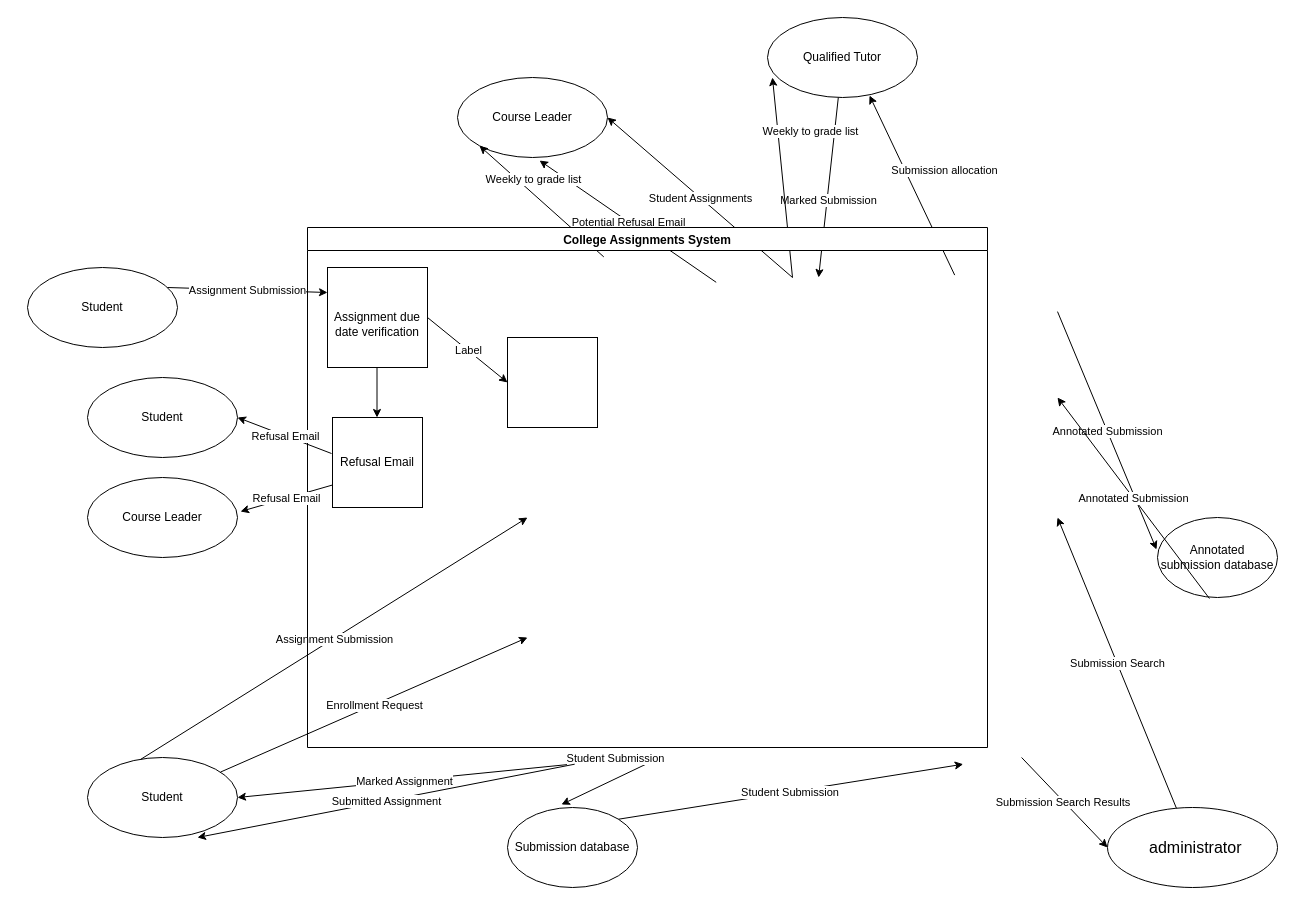
The draw.io diagram page "Level 1" (2 of 2) of Unit2Question2.drawio in logankilpatrick/OxfordUnit2, before the edit. Source tidied: cells renumbered, new cells numbered last; positions are measured from the earlier drawing's top-left corner, leaving out a move shared by most shapes. Both pictures are drawn from the tidied source at 100%, with x=0, y=0 at pixel (27, 17).
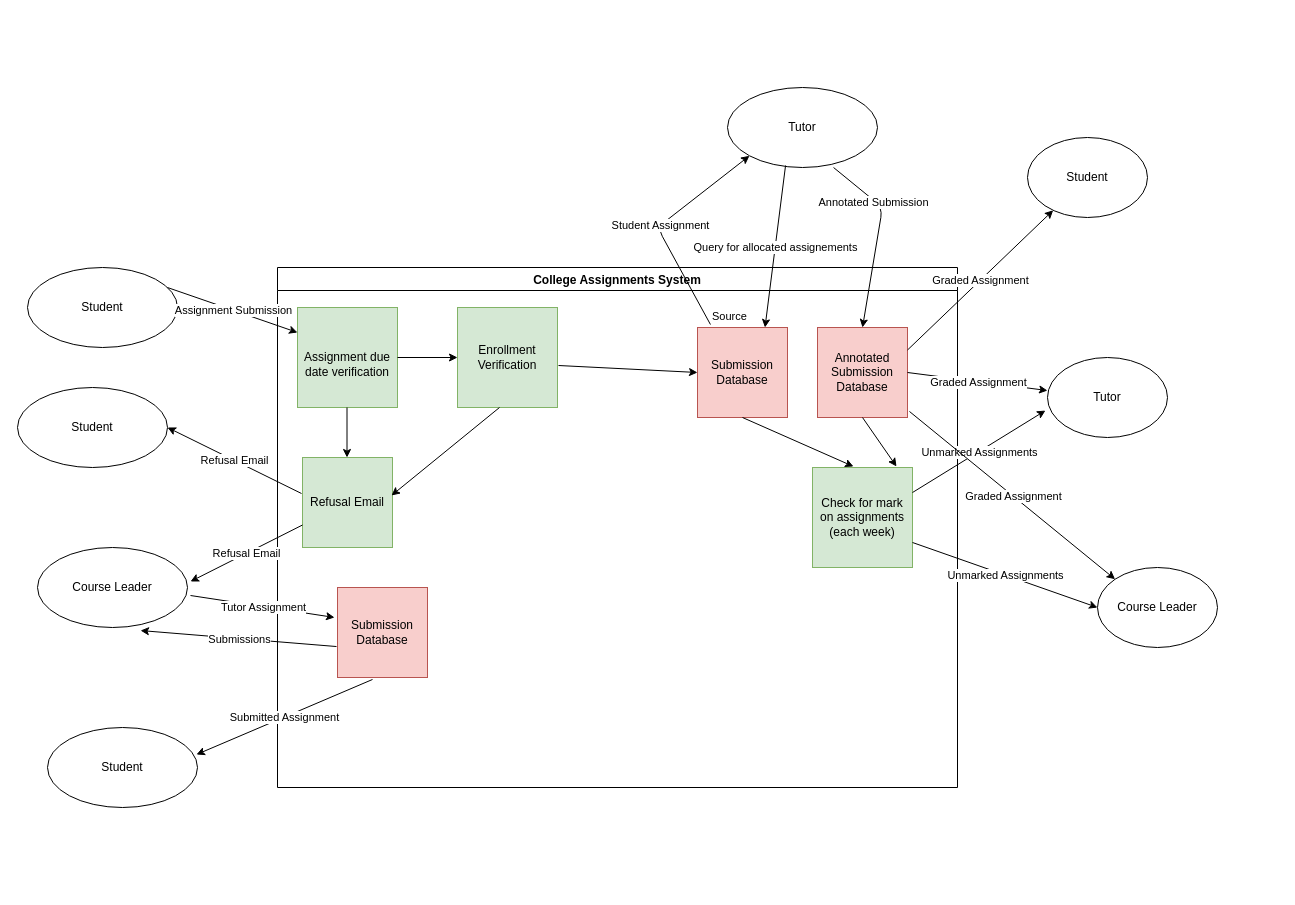
Above is the later version.

Diff of the diagram source:
```diff
@@
     <mxCell id="2" value="Student" style="ellipse;whiteSpace=wrap;html=1;" parent="1" vertex="1">
-      <mxGeometry x="60" y="740" width="150" height="80" as="geometry" />
+      <mxGeometry x="20" y="710" width="150" height="80" as="geometry" />
     </mxCell>
-    <mxCell id="3" style="endArrow=classic;html=1;entryX=0;entryY=0.75;entryDx=0;entryDy=0;" parent="1" edge="1" source="2">
-      <mxGeometry relative="1" as="geometry">
-        <mxPoint x="500" y="620" as="targetPoint" />
-      </mxGeometry>
-    </mxCell>
-    <mxCell id="4" value="Enrollment Request" style="edgeLabel;html=1;align=center;verticalAlign=middle;" parent="3" vertex="1">
-      <mxGeometry relative="1" as="geometry" />
-    </mxCell>
-    <mxCell id="5" style="endArrow=classic;html=1;exitX=0.353;exitY=0.025;exitDx=0;exitDy=0;exitPerimeter=0;entryX=0;entryY=0.5;entryDx=0;entryDy=0;" parent="1" edge="1" source="2">
-      <mxGeometry relative="1" as="geometry">
-        <mxPoint x="500" y="500" as="targetPoint" />
-      </mxGeometry>
-    </mxCell>
-    <mxCell id="6" value="Assignment Submission" style="edgeLabel;html=1;align=center;verticalAlign=middle;" parent="5" vertex="1">
-      <mxGeometry relative="1" as="geometry" />
-    </mxCell>
@@
-    <mxCell id="8" value="Course Leader" style="ellipse;whiteSpace=wrap;html=1;" parent="1" vertex="1">
-      <mxGeometry x="430" y="60" width="150" height="80" as="geometry" />
-    </mxCell>
-    <mxCell id="9" style="endArrow=classic;html=1;exitX=0.356;exitY=0.01;exitDx=0;exitDy=0;exitPerimeter=0;entryX=0.547;entryY=1.038;entryDx=0;entryDy=0;entryPerimeter=0;" parent="1" edge="1" target="8">
-      <mxGeometry relative="1" as="geometry">
-        <mxPoint x="688.7" y="264.8" as="sourcePoint" />
-      </mxGeometry>
-    </mxCell>
-    <mxCell id="10" value="Potential Refusal Email" style="edgeLabel;html=1;align=center;verticalAlign=middle;" parent="9" vertex="1">
-      <mxGeometry relative="1" as="geometry" />
-    </mxCell>
-    <mxCell id="11" value="Qualified Tutor" style="ellipse;whiteSpace=wrap;html=1;" parent="1" vertex="1">
-      <mxGeometry x="740" width="150" height="80" as="geometry" />
+    <mxCell id="11" value="Tutor" style="ellipse;whiteSpace=wrap;html=1;" parent="1" vertex="1">
+      <mxGeometry x="700" y="70" width="150" height="80" as="geometry" />
     </mxCell>
-    <mxCell id="12" value="&lt;div class=&quot;page&quot; title=&quot;Page 4&quot;&gt;&lt;div class=&quot;layoutArea&quot;&gt;&lt;div class=&quot;column&quot;&gt;&lt;ul style=&quot;list-style-type: none&quot;&gt;&lt;li&gt;&lt;p&gt;&lt;font face=&quot;arialmt&quot; size=&quot;3&quot;&gt;administrator&lt;/font&gt;&lt;/p&gt;&lt;/li&gt;&lt;/ul&gt;&lt;/div&gt;&lt;/div&gt;&lt;/div&gt;" style="ellipse;whiteSpace=wrap;html=1;align=left;" parent="1" vertex="1">
-      <mxGeometry x="1080" y="790" width="170" height="80" as="geometry" />
-    </mxCell>
-    <mxCell id="13" style="endArrow=classic;html=1;exitX=0.806;exitY=-0.005;exitDx=0;exitDy=0;exitPerimeter=0;entryX=0.68;entryY=0.975;entryDx=0;entryDy=0;entryPerimeter=0;" parent="1" edge="1" target="11">
-      <mxGeometry relative="1" as="geometry">
-        <mxPoint x="927.2" y="257.6" as="sourcePoint" />
-      </mxGeometry>
-    </mxCell>
-    <mxCell id="14" value="Submission allocation" style="edgeLabel;html=1;align=center;verticalAlign=middle;" parent="13" vertex="1">
-      <mxGeometry relative="1" as="geometry">
-        <mxPoint x="31.6" y="-15.2" as="offset" />
-      </mxGeometry>
-    </mxCell>
-    <mxCell id="15" style="endArrow=classic;html=1;verticalAlign=bottom;labelPosition=center;verticalLabelPosition=top;align=center;" parent="1" edge="1" source="11">
-      <mxGeometry relative="1" as="geometry">
-        <mxPoint x="791.1" y="260" as="targetPoint" />
-      </mxGeometry>
-    </mxCell>
-    <mxCell id="16" value="Marked Submission" style="edgeLabel;html=1;align=center;verticalAlign=top;labelPosition=center;verticalLabelPosition=bottom;" parent="15" vertex="1">
-      <mxGeometry relative="1" as="geometry" />
-    </mxCell>
-    <mxCell id="17" style="endArrow=classic;html=1;exitX=0.083;exitY=1.014;exitDx=0;exitDy=0;exitPerimeter=0;entryX=1;entryY=0.5;entryDx=0;entryDy=0;" parent="1" edge="1" target="2">
-      <mxGeometry relative="1" as="geometry">
-        <mxPoint x="544" y="746.7" as="sourcePoint" />
-      </mxGeometry>
-    </mxCell>
-    <mxCell id="18" value="Marked Assignment" style="edgeLabel;html=1;align=center;verticalAlign=middle;" parent="17" vertex="1">
-      <mxGeometry relative="1" as="geometry" />
-    </mxCell>
-    <mxCell id="19" style="endArrow=classic;html=1;entryX=0;entryY=0.5;entryDx=0;entryDy=0;" parent="1" edge="1" target="12">
-      <mxGeometry relative="1" as="geometry">
-        <mxPoint x="994.1" y="740" as="sourcePoint" />
-      </mxGeometry>
-    </mxCell>
-    <mxCell id="20" value="Submission Search Results&amp;nbsp;" style="edgeLabel;html=1;align=center;verticalAlign=middle;" parent="19" vertex="1">
-      <mxGeometry relative="1" as="geometry" />
-    </mxCell>
-    <mxCell id="21" style="endArrow=classic;html=1;entryX=1;entryY=0.5;entryDx=0;entryDy=0;" parent="1" edge="1" source="12">
-      <mxGeometry relative="1" as="geometry">
-        <mxPoint x="1030" y="500" as="targetPoint" />
-      </mxGeometry>
-    </mxCell>
-    <mxCell id="22" value="Submission Search" style="edgeLabel;html=1;align=center;verticalAlign=middle;" parent="21" vertex="1">
-      <mxGeometry relative="1" as="geometry" />
-    </mxCell>
-    <mxCell id="23" value="Submission database" style="ellipse;whiteSpace=wrap;html=1;" parent="1" vertex="1">
-      <mxGeometry x="480" y="790" width="130" height="80" as="geometry" />
-    </mxCell>
-    <mxCell id="24" style="endArrow=classic;html=1;exitX=1;exitY=0;exitDx=0;exitDy=0;entryX=0.822;entryY=1.014;entryDx=0;entryDy=0;entryPerimeter=0;" parent="1" edge="1" source="23">
-      <mxGeometry relative="1" as="geometry">
-        <mxPoint x="935.7" y="746.7" as="targetPoint" />
-      </mxGeometry>
-    </mxCell>
-    <mxCell id="25" value="Student Submission&amp;nbsp;" style="edgeLabel;html=1;align=center;verticalAlign=middle;" parent="24" vertex="1">
-      <mxGeometry relative="1" as="geometry" />
-    </mxCell>
-    <mxCell id="26" style="endArrow=classic;html=1;exitX=0.25;exitY=1;exitDx=0;exitDy=0;entryX=0.415;entryY=-0.037;entryDx=0;entryDy=0;entryPerimeter=0;" parent="1" edge="1" target="23">
-      <mxGeometry relative="1" as="geometry">
-        <mxPoint x="632.5" y="740" as="sourcePoint" />
-      </mxGeometry>
-    </mxCell>
-    <mxCell id="27" value="Student Submission" style="edgeLabel;html=1;align=center;verticalAlign=middle;" parent="26" vertex="1">
-      <mxGeometry relative="1" as="geometry">
-        <mxPoint x="4.5" y="-23.6" as="offset" />
-      </mxGeometry>
-    </mxCell>
-    <mxCell id="28" style="endArrow=classic;html=1;exitX=0.5;exitY=0;exitDx=0;exitDy=0;entryX=0.033;entryY=0.75;entryDx=0;entryDy=0;entryPerimeter=0;" parent="1" edge="1" target="11">
-      <mxGeometry relative="1" as="geometry">
-        <mxPoint x="765" y="260" as="sourcePoint" />
-      </mxGeometry>
-    </mxCell>
-    <mxCell id="29" value="Weekly to grade list" style="edgeLabel;html=1;align=center;verticalAlign=middle;" parent="28" vertex="1">
-      <mxGeometry relative="1" as="geometry">
-        <mxPoint x="27.7" y="-46.5" as="offset" />
-      </mxGeometry>
-    </mxCell>
-    <mxCell id="30" style="endArrow=classic;html=1;exitX=0.144;exitY=-0.043;exitDx=0;exitDy=0;entryX=0;entryY=1;entryDx=0;entryDy=0;exitPerimeter=0;" parent="1" edge="1" target="8">
-      <mxGeometry relative="1" as="geometry">
-        <mxPoint x="576.3" y="239.4" as="sourcePoint" />
-      </mxGeometry>
-    </mxCell>
-    <mxCell id="31" value="Weekly to grade list" style="edgeLabel;html=1;align=center;verticalAlign=middle;" parent="30" vertex="1">
-      <mxGeometry relative="1" as="geometry">
-        <mxPoint x="-8.8" y="-22.8" as="offset" />
-      </mxGeometry>
-    </mxCell>
-    <mxCell id="32" value="Annotated submission database" style="ellipse;whiteSpace=wrap;html=1;" parent="1" vertex="1">
-      <mxGeometry x="1130" y="500" width="120" height="80" as="geometry" />
-    </mxCell>
-    <mxCell id="33" style="endArrow=classic;html=1;exitX=1;exitY=0.071;exitDx=0;exitDy=0;exitPerimeter=0;entryX=-0.008;entryY=0.4;entryDx=0;entryDy=0;entryPerimeter=0;" parent="1" edge="1" target="32">
-      <mxGeometry relative="1" as="geometry">
-        <mxPoint x="1030" y="294.1" as="sourcePoint" />
-      </mxGeometry>
-    </mxCell>
-    <mxCell id="34" value="Annotated Submission" style="edgeLabel;html=1;align=center;verticalAlign=middle;" parent="33" vertex="1">
-      <mxGeometry relative="1" as="geometry" />
-    </mxCell>
-    <mxCell id="35" style="endArrow=classic;html=1;exitX=0.433;exitY=1.013;exitDx=0;exitDy=0;exitPerimeter=0;entryX=1;entryY=0.25;entryDx=0;entryDy=0;" parent="1" edge="1" source="32">
-      <mxGeometry relative="1" as="geometry">
-        <mxPoint x="1030" y="380" as="targetPoint" />
-      </mxGeometry>
-    </mxCell>
-    <mxCell id="36" value="Annotated Submission" style="edgeLabel;html=1;align=center;verticalAlign=middle;" parent="35" vertex="1">
-      <mxGeometry relative="1" as="geometry" />
-    </mxCell>
-    <mxCell id="37" style="endArrow=classic;html=1;exitX=0.5;exitY=0;exitDx=0;exitDy=0;entryX=1;entryY=0.5;entryDx=0;entryDy=0;" parent="1" edge="1" target="8">
-      <mxGeometry relative="1" as="geometry">
-        <mxPoint x="765" y="260" as="sourcePoint" />
-      </mxGeometry>
-    </mxCell>
-    <mxCell id="38" value="Student Assignments" style="edgeLabel;html=1;align=center;verticalAlign=middle;" parent="37" vertex="1">
-      <mxGeometry relative="1" as="geometry" />
-    </mxCell>
-    <mxCell id="39" style="endArrow=classic;html=1;exitX=0.089;exitY=1.014;exitDx=0;exitDy=0;exitPerimeter=0;entryX=0.733;entryY=1;entryDx=0;entryDy=0;entryPerimeter=0;" parent="1" edge="1" target="2">
-      <mxGeometry relative="1" as="geometry">
-        <mxPoint x="547.2" y="746.7" as="sourcePoint" />
-      </mxGeometry>
-    </mxCell>
-    <mxCell id="40" value="Submitted Assignment" style="edgeLabel;html=1;align=center;verticalAlign=middle;" parent="39" vertex="1">
-      <mxGeometry relative="1" as="geometry" />
-    </mxCell>
     <mxCell id="41" value="College Assignments System" style="swimlane;" parent="1" vertex="1">
-      <mxGeometry x="280" y="210" width="680" height="520" as="geometry" />
+      <mxGeometry x="250" y="250" width="680" height="520" as="geometry" />
     </mxCell>
-    <mxCell id="42" value="&lt;br&gt;Assignment due date verification" style="whiteSpace=wrap;html=1;" parent="41" vertex="1">
+    <mxCell id="42" value="&lt;br&gt;Assignment due date verification" style="whiteSpace=wrap;html=1;fillColor=#d5e8d4;strokeColor=#82b366;" parent="41" vertex="1">
       <mxGeometry x="20" y="40" width="100" height="100" as="geometry" />
     </mxCell>
-    <mxCell id="43" value="Refusal Email" style="whiteSpace=wrap;html=1;" parent="41" vertex="1">
+    <mxCell id="43" value="Refusal Email" style="whiteSpace=wrap;html=1;fillColor=#d5e8d4;strokeColor=#82b366;" parent="41" vertex="1">
       <mxGeometry x="25" y="190" width="90" height="90" as="geometry" />
     </mxCell>
@@
-    <mxCell id="45" style="whiteSpace=wrap;html=1;" parent="41" vertex="1">
-      <mxGeometry x="200" y="110" width="90" height="90" as="geometry" />
+    <mxCell id="45" value="Submission Database" style="whiteSpace=wrap;html=1;fillColor=#f8cecc;strokeColor=#b85450;" parent="41" vertex="1">
+      <mxGeometry x="420" y="60" width="90" height="90" as="geometry" />
     </mxCell>
-    <mxCell id="46" style="endArrow=classic;html=1;exitX=1;exitY=0.5;exitDx=0;exitDy=0;entryX=0;entryY=0.5;entryDx=0;entryDy=0;" parent="41" edge="1" source="42" target="45">
-      <mxGeometry relative="1" as="geometry" />
-    </mxCell>
-    <mxCell id="47" value="Label" style="edgeLabel;html=1;align=center;verticalAlign=middle;" parent="46" vertex="1">
-      <mxGeometry relative="1" as="geometry" />
-    </mxCell>
+    <mxCell id="56" value="Enrollment Verification" style="whiteSpace=wrap;html=1;fillColor=#d5e8d4;strokeColor=#82b366;" parent="41" vertex="1">
+      <mxGeometry x="180" y="40" width="100" height="100" as="geometry" />
+    </mxCell>
+    <mxCell id="57" style="endArrow=classic;html=1;exitX=1;exitY=0.5;exitDx=0;exitDy=0;entryX=0;entryY=0.5;entryDx=0;entryDy=0;" parent="41" edge="1" source="42" target="56">
+      <mxGeometry relative="1" as="geometry" />
+    </mxCell>
+    <mxCell id="58" style="endArrow=classic;html=1;exitX=0.42;exitY=1;exitDx=0;exitDy=0;exitPerimeter=0;entryX=0.989;entryY=0.422;entryDx=0;entryDy=0;entryPerimeter=0;" parent="41" edge="1" source="56" target="43">
+      <mxGeometry relative="1" as="geometry" />
+    </mxCell>
+    <mxCell id="59" style="endArrow=classic;html=1;exitX=1.01;exitY=0.58;exitDx=0;exitDy=0;exitPerimeter=0;entryX=0;entryY=0.5;entryDx=0;entryDy=0;" parent="41" edge="1" source="56" target="45">
+      <mxGeometry relative="1" as="geometry" />
+    </mxCell>
+    <mxCell id="60" value="Submission Database" style="whiteSpace=wrap;html=1;fillColor=#f8cecc;strokeColor=#b85450;" parent="41" vertex="1">
+      <mxGeometry x="60" y="320" width="90" height="90" as="geometry" />
+    </mxCell>
+    <mxCell id="61" value="Annotated Submission Database" style="whiteSpace=wrap;html=1;fillColor=#f8cecc;strokeColor=#b85450;" parent="41" vertex="1">
+      <mxGeometry x="540" y="60" width="90" height="90" as="geometry" />
+    </mxCell>
+    <mxCell id="62" value="Check for mark on assignments (each week)" style="whiteSpace=wrap;html=1;fillColor=#d5e8d4;strokeColor=#82b366;" parent="41" vertex="1">
+      <mxGeometry x="535" y="200" width="100" height="100" as="geometry" />
+    </mxCell>
+    <mxCell id="63" style="endArrow=classic;html=1;exitX=0.5;exitY=1;exitDx=0;exitDy=0;entryX=0.84;entryY=-0.01;entryDx=0;entryDy=0;entryPerimeter=0;" parent="41" edge="1" source="61" target="62">
+      <mxGeometry relative="1" as="geometry" />
+    </mxCell>
+    <mxCell id="64" style="endArrow=classic;html=1;exitX=0.5;exitY=1;exitDx=0;exitDy=0;entryX=0.41;entryY=-0.01;entryDx=0;entryDy=0;entryPerimeter=0;" parent="41" edge="1" source="45" target="62">
+      <mxGeometry relative="1" as="geometry" />
+    </mxCell>
@@
     <mxCell id="50" value="Student" style="ellipse;whiteSpace=wrap;html=1;" parent="1" vertex="1">
-      <mxGeometry x="60" y="360" width="150" height="80" as="geometry" />
+      <mxGeometry x="-10" y="370" width="150" height="80" as="geometry" />
     </mxCell>
@@
     <mxCell id="53" value="Course Leader" style="ellipse;whiteSpace=wrap;html=1;" parent="1" vertex="1">
-      <mxGeometry x="60" y="460" width="150" height="80" as="geometry" />
+      <mxGeometry x="10" y="530" width="150" height="80" as="geometry" />
     </mxCell>
@@
+    <mxCell id="65" style="endArrow=classic;html=1;exitX=1.02;exitY=0.6;exitDx=0;exitDy=0;exitPerimeter=0;entryX=-0.033;entryY=0.333;entryDx=0;entryDy=0;entryPerimeter=0;" parent="1" edge="1" source="53" target="60">
+      <mxGeometry relative="1" as="geometry" />
+    </mxCell>
+    <mxCell id="66" value="Tutor Assignment" style="edgeLabel;html=1;align=center;verticalAlign=middle;" parent="65" vertex="1">
+      <mxGeometry relative="1" as="geometry" />
+    </mxCell>
+    <mxCell id="67" style="endArrow=classic;html=1;exitX=-0.011;exitY=0.656;exitDx=0;exitDy=0;exitPerimeter=0;entryX=0.687;entryY=1.038;entryDx=0;entryDy=0;entryPerimeter=0;" parent="1" edge="1" source="60" target="53">
+      <mxGeometry relative="1" as="geometry" />
+    </mxCell>
+    <mxCell id="68" value="Submissions" style="edgeLabel;html=1;align=center;verticalAlign=middle;" parent="67" vertex="1">
+      <mxGeometry relative="1" as="geometry" />
+    </mxCell>
+    <mxCell id="69" style="endArrow=classic;html=1;exitX=0.144;exitY=-0.033;exitDx=0;exitDy=0;exitPerimeter=0;entryX=0;entryY=1;entryDx=0;entryDy=0;" parent="1" edge="1" source="45" target="11">
+      <mxGeometry relative="1" as="geometry">
+        <Array as="points">
+          <mxPoint x="630" y="210" />
+        </Array>
+      </mxGeometry>
+    </mxCell>
+    <mxCell id="70" value="Student Assignment" style="edgeLabel;html=1;align=center;verticalAlign=middle;" parent="69" vertex="1">
+      <mxGeometry relative="1" as="geometry" />
+    </mxCell>
+    <mxCell id="71" value="Source" style="edgeLabel;html=1;align=left;verticalAlign=bottom;" parent="69" vertex="1">
+      <mxGeometry x="-1" relative="1" as="geometry" />
+    </mxCell>
+    <mxCell id="72" style="endArrow=classic;html=1;exitX=0.707;exitY=1;exitDx=0;exitDy=0;exitPerimeter=0;entryX=0.5;entryY=0;entryDx=0;entryDy=0;" parent="1" edge="1" source="11" target="61">
+      <mxGeometry relative="1" as="geometry">
+        <Array as="points">
+          <mxPoint x="855" y="190" />
+        </Array>
+      </mxGeometry>
+    </mxCell>
+    <mxCell id="73" value="Annotated Submission" style="edgeLabel;html=1;align=center;verticalAlign=middle;" parent="72" vertex="1">
+      <mxGeometry relative="1" as="geometry">
+        <mxPoint x="-5" y="-33.8" as="offset" />
+      </mxGeometry>
+    </mxCell>
+    <mxCell id="74" value="Tutor" style="ellipse;whiteSpace=wrap;html=1;" parent="1" vertex="1">
+      <mxGeometry x="1020" y="340" width="120" height="80" as="geometry" />
+    </mxCell>
+    <mxCell id="8" value="Course Leader" style="ellipse;whiteSpace=wrap;html=1;" parent="1" vertex="1">
+      <mxGeometry x="1070" y="550" width="120" height="80" as="geometry" />
+    </mxCell>
+    <mxCell id="75" style="endArrow=classic;html=1;exitX=1;exitY=0.25;exitDx=0;exitDy=0;entryX=-0.017;entryY=0.663;entryDx=0;entryDy=0;entryPerimeter=0;" parent="1" edge="1" source="62" target="74">
+      <mxGeometry relative="1" as="geometry" />
+    </mxCell>
+    <mxCell id="76" value="Unmarked Assignments" style="edgeLabel;html=1;align=center;verticalAlign=middle;" parent="75" vertex="1">
+      <mxGeometry relative="1" as="geometry" />
+    </mxCell>
+    <mxCell id="77" style="endArrow=classic;html=1;exitX=1;exitY=0.75;exitDx=0;exitDy=0;entryX=0;entryY=0.5;entryDx=0;entryDy=0;" parent="1" edge="1" source="62" target="8">
+      <mxGeometry relative="1" as="geometry" />
+    </mxCell>
+    <mxCell id="78" value="&lt;span style=&quot;color: rgb(0, 0, 0); font-family: helvetica; font-size: 11px; font-style: normal; font-weight: normal; letter-spacing: normal; text-align: center; text-indent: 0px; text-transform: none; word-spacing: 0px; background-color: rgb(255, 255, 255); text-decoration: none; display: inline; float: none;&quot;&gt;Unmarked Assignments&lt;/span&gt;" style="edgeLabel;html=1;align=center;verticalAlign=middle;" parent="77" vertex="1">
+      <mxGeometry relative="1" as="geometry" />
+    </mxCell>
+    <mxCell id="79" style="endArrow=classic;html=1;exitX=0.387;exitY=0.975;exitDx=0;exitDy=0;exitPerimeter=0;entryX=0.75;entryY=0;entryDx=0;entryDy=0;" parent="1" edge="1" source="11" target="45">
+      <mxGeometry relative="1" as="geometry" />
+    </mxCell>
+    <mxCell id="80" value="Query for allocated assignements" style="edgeLabel;html=1;align=center;verticalAlign=middle;" parent="79" vertex="1">
+      <mxGeometry relative="1" as="geometry" />
+    </mxCell>
+    <mxCell id="81" style="endArrow=classic;html=1;exitX=0.389;exitY=1.022;exitDx=0;exitDy=0;exitPerimeter=0;entryX=0.993;entryY=0.338;entryDx=0;entryDy=0;entryPerimeter=0;" parent="1" edge="1" source="60" target="2">
+      <mxGeometry relative="1" as="geometry" />
+    </mxCell>
+    <mxCell id="40" value="Submitted Assignment" style="edgeLabel;html=1;align=center;verticalAlign=middle;" parent="81" vertex="1">
+      <mxGeometry relative="1" as="geometry" />
+    </mxCell>
+    <mxCell id="82" value="Student" style="ellipse;whiteSpace=wrap;html=1;" parent="1" vertex="1">
+      <mxGeometry x="1000" y="120" width="120" height="80" as="geometry" />
+    </mxCell>
+    <mxCell id="83" style="endArrow=classic;html=1;exitX=1;exitY=0.25;exitDx=0;exitDy=0;" parent="1" edge="1" source="61" target="82">
+      <mxGeometry relative="1" as="geometry" />
+    </mxCell>
+    <mxCell id="84" value="Graded Assignment" style="edgeLabel;html=1;align=center;verticalAlign=middle;" parent="83" vertex="1">
+      <mxGeometry relative="1" as="geometry" />
+    </mxCell>
+    <mxCell id="85" style="endArrow=classic;html=1;exitX=1;exitY=0.5;exitDx=0;exitDy=0;entryX=0;entryY=0.413;entryDx=0;entryDy=0;entryPerimeter=0;" parent="1" edge="1" source="61" target="74">
+      <mxGeometry relative="1" as="geometry" />
+    </mxCell>
+    <mxCell id="86" value="Graded Assignment" style="edgeLabel;html=1;align=center;verticalAlign=middle;" parent="85" vertex="1">
+      <mxGeometry relative="1" as="geometry" />
+    </mxCell>
+    <mxCell id="87" style="endArrow=classic;html=1;exitX=1.022;exitY=0.933;exitDx=0;exitDy=0;entryX=0;entryY=0;entryDx=0;entryDy=0;exitPerimeter=0;" parent="1" edge="1" source="61" target="8">
+      <mxGeometry relative="1" as="geometry" />
+    </mxCell>
+    <mxCell id="88" value="Graded Assignment" style="edgeLabel;html=1;align=center;verticalAlign=middle;" parent="87" vertex="1">
+      <mxGeometry relative="1" as="geometry" />
+    </mxCell>
```
